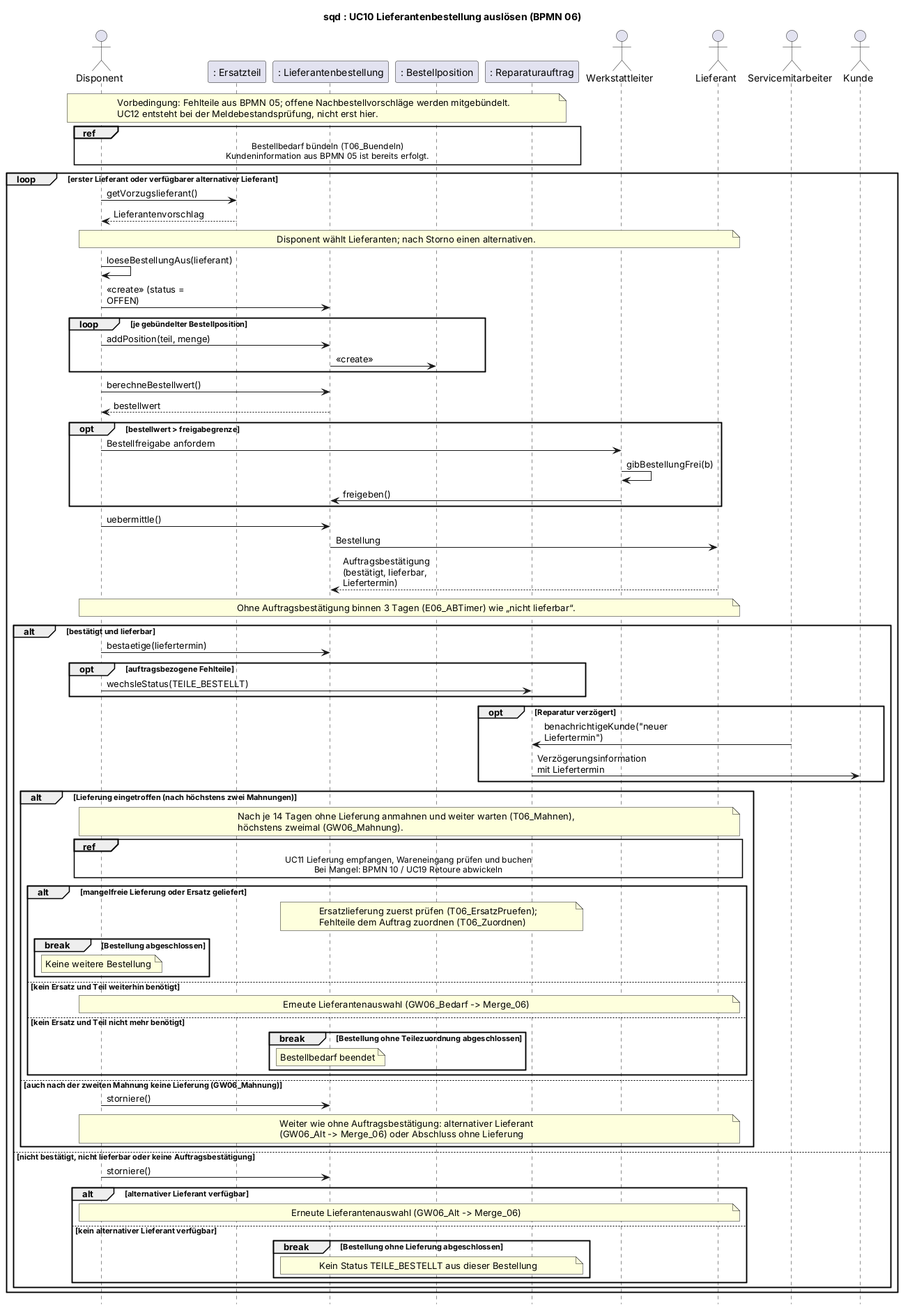
Before: 2_uml/entwurf-plantuml/sequenz-06-nachbestellvorschlag.png, a diagram exported from PlantUML (jakobschwan123-cmd/casestudy-semester-3). The source it was exported from:
```plantuml
@startuml
title sqd : UC10 Lieferantenbestellung auslösen (BPMN 06)
skinparam defaultFontName Arial
skinparam sequenceMessageAlign left
skinparam maxMessageSize 160
hide footbox

actor Disponent
participant ": Ersatzteil" as ET
participant ": Lieferantenbestellung" as BEST
participant ": Bestellposition" as POS
participant ": Reparaturauftrag" as RA
actor Werkstattleiter as WL
actor Lieferant
actor Servicemitarbeiter as SM
actor Kunde

note over Disponent, RA : Vorbedingung: Fehlteile aus BPMN 05; offene Nachbestellvorschläge werden mitgebündelt.\nUC12 entsteht bei der Meldebestandsprüfung, nicht erst hier.
ref over Disponent, RA : Bestellbedarf bündeln (T06_Buendeln)\nKundeninformation aus BPMN 05 ist bereits erfolgt.
loop erster Lieferant oder verfügbarer alternativer Lieferant
    Disponent -> ET : getVorzugslieferant()
    ET --> Disponent : Lieferantenvorschlag
    note over Disponent, Lieferant : Disponent wählt Lieferanten; nach Storno einen alternativen.
    Disponent -> Disponent : loeseBestellungAus(lieferant)
    Disponent -> BEST : <<create>> (status = OFFEN)
    loop je gebündelter Bestellposition
        Disponent -> BEST : addPosition(teil, menge)
        BEST -> POS : <<create>>
    end
    Disponent -> BEST : berechneBestellwert()
    BEST --> Disponent : bestellwert
    opt bestellwert > freigabegrenze
        Disponent -> WL : Bestellfreigabe anfordern
        WL -> WL : gibBestellungFrei(b)
        WL -> BEST : freigeben()
    end
    Disponent -> BEST : uebermittle()
    BEST -> Lieferant : Bestellung
    Lieferant --> BEST : Auftragsbestätigung (bestätigt, lieferbar, Liefertermin)
    note over Disponent, Lieferant : Ohne Auftragsbestätigung binnen 3 Tagen (E06_ABTimer) wie „nicht lieferbar“.
    alt bestätigt und lieferbar
        Disponent -> BEST : bestaetige(liefertermin)
        opt auftragsbezogene Fehlteile
            Disponent -> RA : wechsleStatus(TEILE_BESTELLT)
        end
        opt Reparatur verzögert
            SM -> RA : benachrichtigeKunde("neuer Liefertermin")
            RA -> Kunde : Verzögerungsinformation mit Liefertermin
        end
        alt Lieferung eingetroffen (nach höchstens zwei Mahnungen)
            note over Disponent, Lieferant : Nach je 14 Tagen ohne Lieferung anmahnen und weiter warten (T06_Mahnen),\nhöchstens zweimal (GW06_Mahnung).
            ref over Disponent, BEST, Lieferant : UC11 Lieferung empfangen, Wareneingang prüfen und buchen\nBei Mangel: BPMN 10 / UC19 Retoure abwickeln
            alt mangelfreie Lieferung oder Ersatz geliefert
                note over BEST, RA : Ersatzlieferung zuerst prüfen (T06_ErsatzPruefen);\nFehlteile dem Auftrag zuordnen (T06_Zuordnen)
                break Bestellung abgeschlossen
                    note over Disponent : Keine weitere Bestellung
                end
            else kein Ersatz und Teil weiterhin benötigt
                note over Disponent, Lieferant : Erneute Lieferantenauswahl (GW06_Bedarf -> Merge_06)
            else kein Ersatz und Teil nicht mehr benötigt
                break Bestellung ohne Teilezuordnung abgeschlossen
                    note over BEST : Bestellbedarf beendet
                end
            end
        else auch nach der zweiten Mahnung keine Lieferung (GW06_Mahnung)
            Disponent -> BEST : storniere()
            note over Disponent, Lieferant : Weiter wie ohne Auftragsbestätigung: alternativer Lieferant\n(GW06_Alt -> Merge_06) oder Abschluss ohne Lieferung
        end
    else nicht bestätigt, nicht lieferbar oder keine Auftragsbestätigung
        Disponent -> BEST : storniere()
        alt alternativer Lieferant verfügbar
            note over Disponent, Lieferant : Erneute Lieferantenauswahl (GW06_Alt -> Merge_06)
        else kein alternativer Lieferant verfügbar
            break Bestellung ohne Lieferung abgeschlossen
                note over BEST, RA : Kein Status TEILE_BESTELLT aus dieser Bestellung
            end
        end
    end
end
@enduml
```
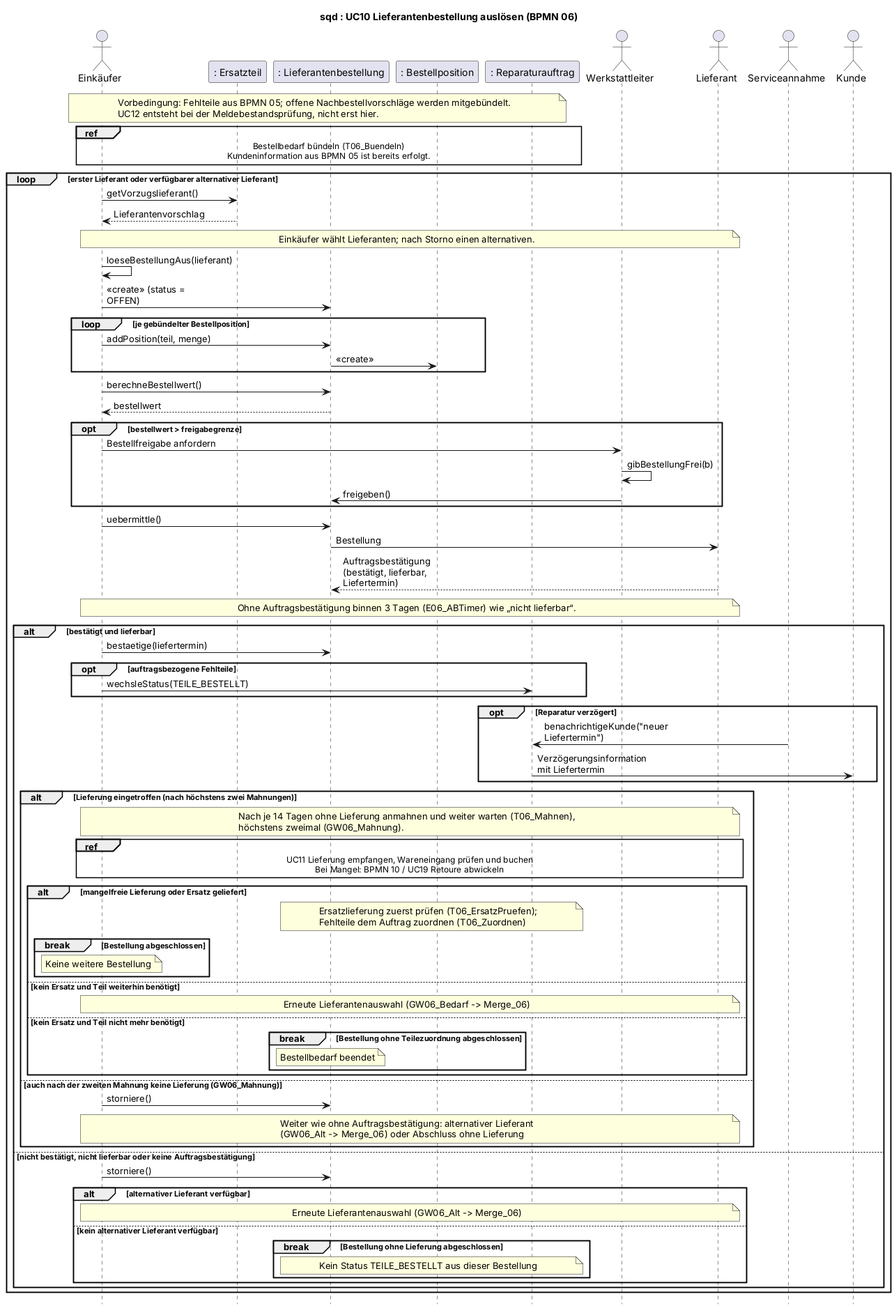
After the commit.

What changed in the source:
```diff
@@ -5,14 +5,14 @@
 skinparam maxMessageSize 160
 hide footbox
 
-actor Disponent
+actor "Einkäufer" as Disponent
 participant ": Ersatzteil" as ET
 participant ": Lieferantenbestellung" as BEST
 participant ": Bestellposition" as POS
 participant ": Reparaturauftrag" as RA
 actor Werkstattleiter as WL
 actor Lieferant
-actor Servicemitarbeiter as SM
+actor Serviceannahme as SM
 actor Kunde
 
 note over Disponent, RA : Vorbedingung: Fehlteile aus BPMN 05; offene Nachbestellvorschläge werden mitgebündelt.\nUC12 entsteht bei der Meldebestandsprüfung, nicht erst hier.
@@ -20,7 +20,7 @@
 loop erster Lieferant oder verfügbarer alternativer Lieferant
     Disponent -> ET : getVorzugslieferant()
     ET --> Disponent : Lieferantenvorschlag
-    note over Disponent, Lieferant : Disponent wählt Lieferanten; nach Storno einen alternativen.
+    note over Disponent, Lieferant : Einkäufer wählt Lieferanten; nach Storno einen alternativen.
     Disponent -> Disponent : loeseBestellungAus(lieferant)
     Disponent -> BEST : <<create>> (status = OFFEN)
     loop je gebündelter Bestellposition
```
